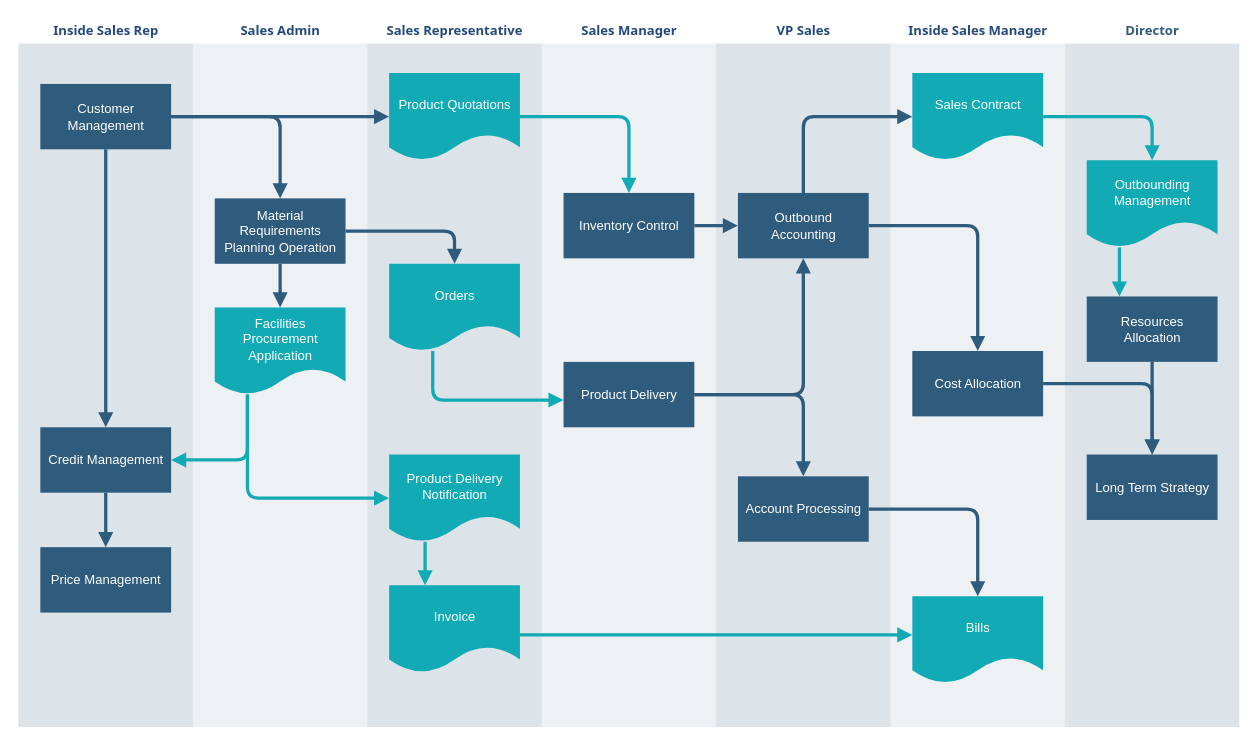
This is testDiagram.drawio from LeeDebug/drawio, a draw.io file, before an edit. Source tidied: cells renumbered, new cells numbered last; positions are measured from the earlier drawing's top-left corner, leaving out a move shared by most shapes. Both pictures are drawn from the tidied source at 109%, with x=0, y=0 at pixel (17, 17).
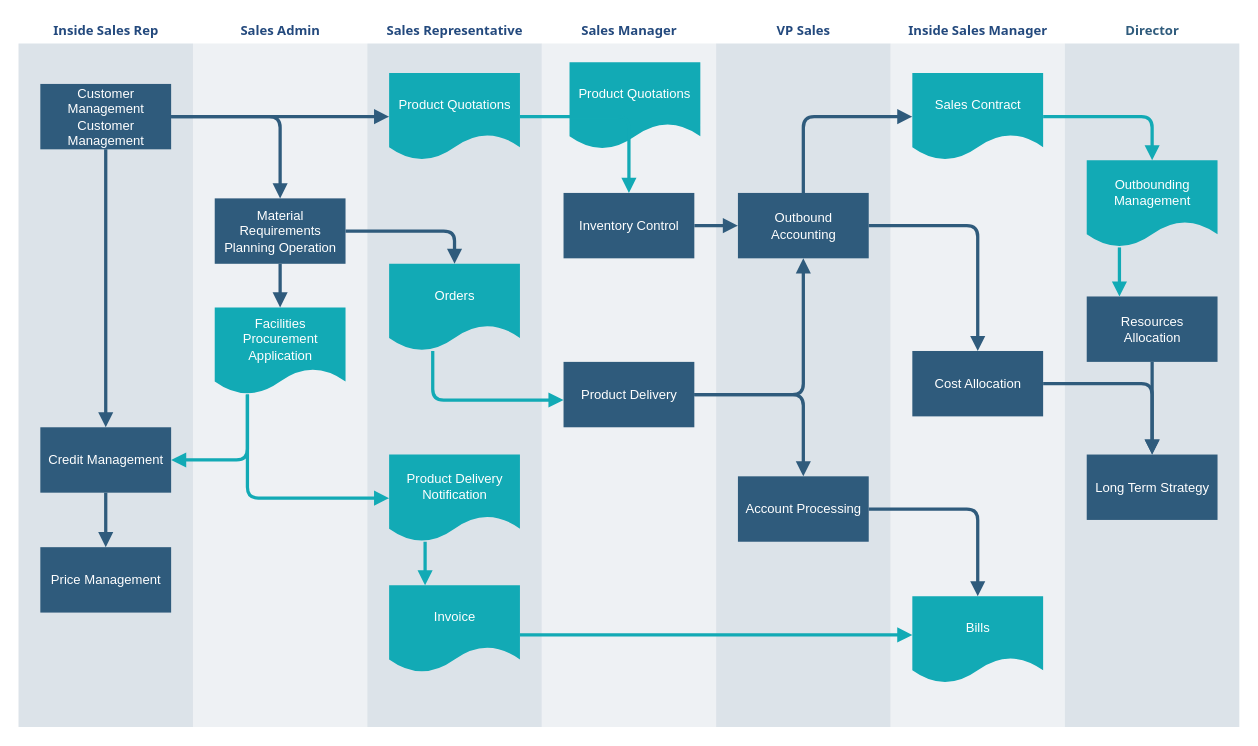
Above is the later version.

The change refers to these unchanged cells:
```xml
<mxCell id="2" value="&lt;font color=&quot;#23497d&quot;&gt;Inside Sales Rep&lt;/font&gt;" style="swimlane;whiteSpace=wrap;fillColor=none;swimlaneFillColor=#BAC8D3;fontColor=#2F5B7C;fontFamily=Tahoma;html=1;strokeColor=none;opacity=50;" parent="1" vertex="1">
  <mxGeometry x="0.5" y="0.5" width="160" height="650" as="geometry" />
</mxCell>
<mxCell id="25" value="&lt;font color=&quot;#23497d&quot;&gt;Sales Manager&lt;/font&gt;" style="swimlane;whiteSpace=wrap;fillColor=none;swimlaneFillColor=#BAC8D3;fontColor=#2F5B7C;fontFamily=Tahoma;html=1;strokeColor=none;opacity=25;" parent="1" vertex="1">
  <mxGeometry x="480.5" y="0.5" width="160" height="650" as="geometry" />
</mxCell>
```

Diff of the diagram source:
```diff
@@
-    <mxCell id="3" value="Customer Management" style="whiteSpace=wrap;shadow=0;fontColor=#FFFFFF;fontFamily=Helvetica;fontStyle=0;html=1;fontSize=12;plain-purple;strokeColor=none;fillColor=#2f5b7c;gradientColor=none;spacing=6;verticalAlign=middle;" parent="2" vertex="1">
+    <mxCell id="3" value="Customer Management&lt;br&gt;Customer Management" style="whiteSpace=wrap;shadow=0;fontColor=#FFFFFF;fontFamily=Helvetica;fontStyle=0;html=1;fontSize=12;plain-purple;strokeColor=none;fillColor=#2f5b7c;gradientColor=none;spacing=6;verticalAlign=middle;" parent="2" vertex="1">
       <mxGeometry x="20" y="60" width="120" height="60" as="geometry" />
     </mxCell>
@@
+    <mxCell id="50" value="Product Quotations" style="shape=document;whiteSpace=wrap;verticalAlign=middle;strokeColor=none;fillColor=#12aab5;shadow=0;fontColor=#FFFFFF;fontFamily=Helvetica;fontStyle=0;html=1;fontSize=12;spacing=6;spacingBottom=22;" parent="25" vertex="1">
+      <mxGeometry x="25.5" y="40" width="120" height="80" as="geometry" />
+    </mxCell>
```
